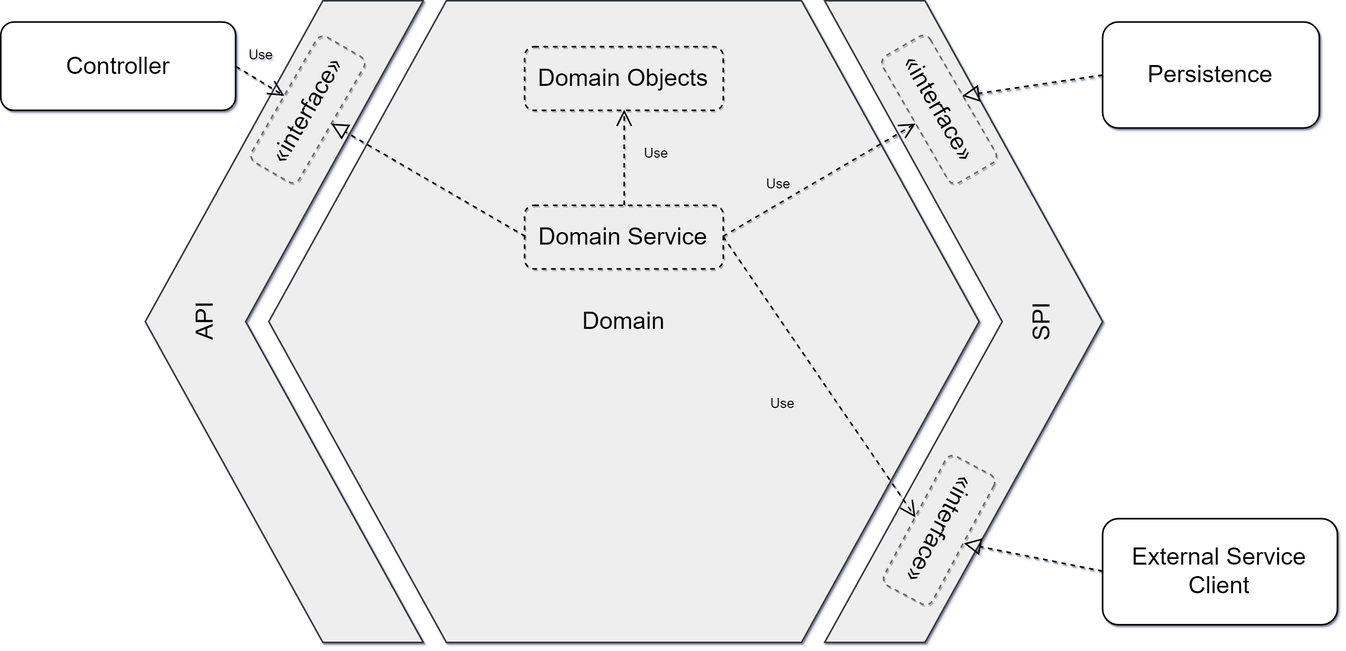
This is images/hexagonal-architecture.png from craftsrecords/talkadvisor-backend, a draw.io export, as it was before one commit. Source tidied: cells renumbered, new cells last; positions are measured from the earlier drawing's top-left corner, leaving out a move shared by most shapes.
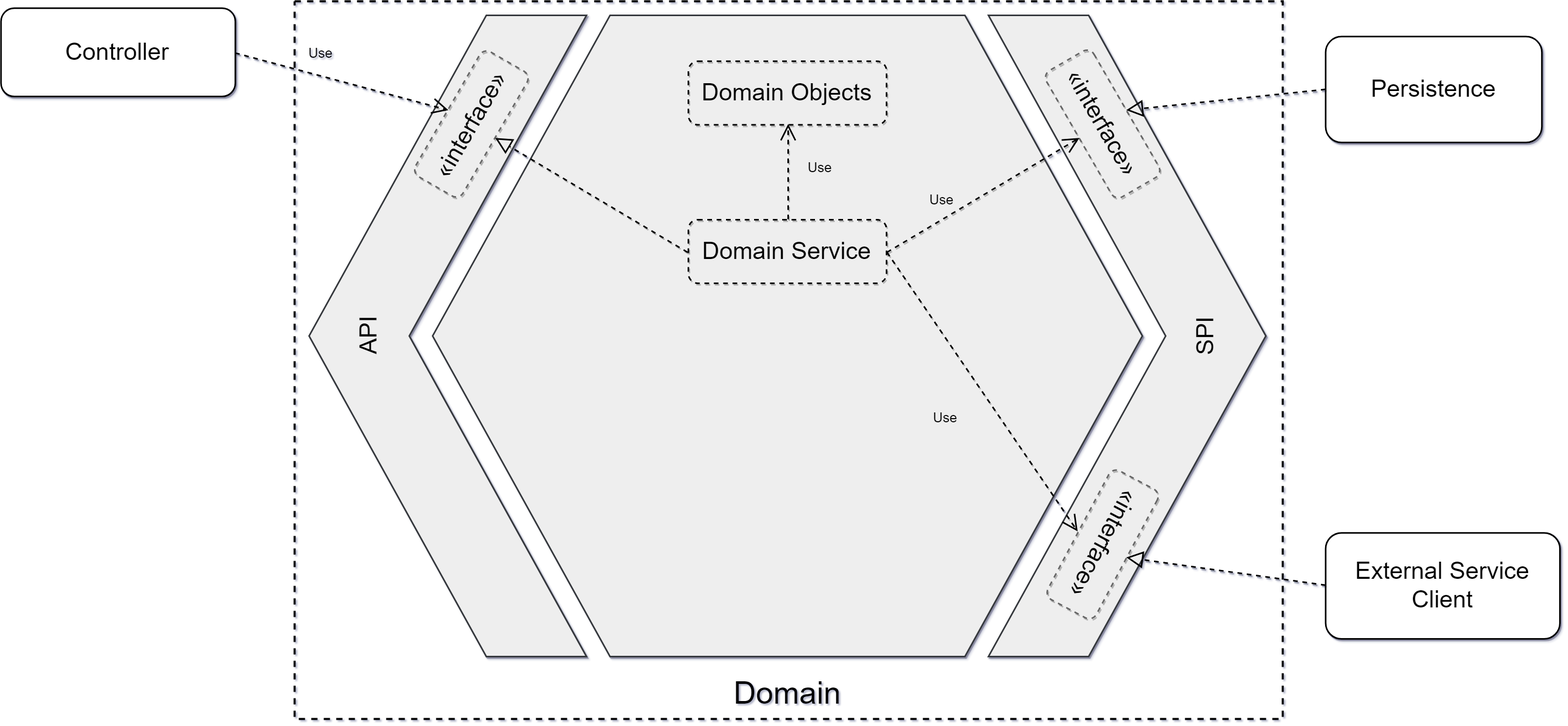
After the change.

The edit, as a diff of the source:
```diff
@@ -2,41 +2,41 @@
   <root>
     <mxCell id="0" />
     <mxCell id="1" parent="0" />
-    <mxCell id="2" style="group;strokeWidth=3;fontSize=46;comic=0;fontFamily=Helvetica;shadow=1;glass=0;rounded=1;" parent="1" vertex="1">
-      <mxGeometry width="2570" height="1233" as="geometry" />
+    <mxCell id="2" style="rounded=0;whiteSpace=wrap;html=1;fillColor=none;gradientColor=#ffffff;dashed=1;comic=0;fontFamily=Helvetica;strokeWidth=4;" parent="1" vertex="1">
+      <mxGeometry width="1900" height="1380" as="geometry" />
     </mxCell>
-    <mxCell id="3" style="group;fontFamily=Helvetica;comic=0;strokeWidth=3;fontSize=46;shadow=1;glass=0;rounded=1;" parent="2" vertex="1">
-      <mxGeometry x="277.8" width="1840.7" height="1233" as="geometry" />
+    <mxCell id="3" style="group;fontFamily=Helvetica;comic=0;strokeWidth=3;fontSize=46;shadow=1;glass=0;rounded=1;" parent="1" vertex="1">
+      <mxGeometry x="27.8" y="27" width="1839.7" height="1233" as="geometry" />
     </mxCell>
     <mxCell id="4" style="group;fontFamily=Helvetica;comic=0;strokeWidth=3;fontSize=46;shadow=1;glass=0;rounded=1;" parent="3" vertex="1">
-      <mxGeometry width="1840.7" height="1233" as="geometry" />
+      <mxGeometry width="1839.7" height="1233" as="geometry" />
     </mxCell>
     <mxCell id="5" style="shape=step;whiteSpace=wrap;html=1;size=0.6388888888888888;comic=0;fontFamily=Helvetica;fillColor=#eeeeee;strokeColor=#36393d;strokeWidth=3;fontSize=46;shadow=1;" parent="4" vertex="1">
-      <mxGeometry x="1306.3" width="534.4" height="1233" as="geometry" />
+      <mxGeometry x="1306.3" width="533.4" height="1233" as="geometry" />
     </mxCell>
     <mxCell id="6" style="shape=step;whiteSpace=wrap;html=1;size=0.6388888888888888;rotation=180;comic=0;fontFamily=Helvetica;fillColor=#eeeeee;strokeColor=#36393d;gradientDirection=north;strokeWidth=3;fontSize=46;shadow=1;" parent="4" vertex="1">
-      <mxGeometry width="534.4" height="1233" as="geometry" />
+      <mxGeometry width="533.4" height="1233" as="geometry" />
     </mxCell>
-    <mxCell id="7" value="&lt;font style=&quot;font-size: 46px;&quot;&gt;Domain&lt;/font&gt;" style="shape=hexagon;perimeter=hexagonPerimeter;whiteSpace=wrap;html=1;fillColor=#eeeeee;strokeColor=#36393d;fontFamily=Helvetica;comic=0;strokeWidth=3;fontSize=46;shadow=1;" parent="4" vertex="1">
-      <mxGeometry x="237.5" width="1365.7" height="1233" as="geometry" />
+    <mxCell id="7" style="shape=hexagon;perimeter=hexagonPerimeter;whiteSpace=wrap;html=1;fillColor=#eeeeee;strokeColor=#36393d;fontFamily=Helvetica;comic=0;strokeWidth=3;fontSize=46;shadow=1;" parent="4" vertex="1">
+      <mxGeometry x="237.5" width="1364.7" height="1233" as="geometry" />
     </mxCell>
     <mxCell id="8" value="&lt;font style=&quot;font-size: 46px&quot;&gt;API&lt;/font&gt;" style="text;html=1;strokeColor=none;fillColor=none;align=center;verticalAlign=middle;whiteSpace=wrap;rotation=-90;fontFamily=Helvetica;comic=0;strokeWidth=3;fontSize=46;shadow=1;" parent="4" vertex="1">
-      <mxGeometry x="-0.9" y="566" width="228.3" height="98.9" as="geometry" />
+      <mxGeometry x="-0.9" y="566" width="227.3" height="98.9" as="geometry" />
     </mxCell>
     <mxCell id="9" value="&lt;font style=&quot;font-size: 46px;&quot;&gt;SPI&lt;/font&gt;" style="text;html=1;align=center;verticalAlign=middle;spacingTop=-4;rotation=-90;fontSize=46;fontFamily=Helvetica;comic=0;strokeWidth=3;shadow=1;" parent="4" vertex="1">
       <mxGeometry x="1698.8" y="601.7" width="50" height="30" as="geometry" />
     </mxCell>
     <mxCell id="10" value="&lt;font style=&quot;font-size: 46px&quot;&gt;Domain Service&lt;/font&gt;" style="html=1;rounded=1;shadow=1;glass=0;comic=0;strokeColor=#000000;fillColor=none;gradientColor=none;fontFamily=Helvetica;fontSize=46;dashed=1;strokeWidth=3;" parent="4" vertex="1">
-      <mxGeometry x="729.3" y="392.9" width="382" height="122.3" as="geometry" />
+      <mxGeometry x="729.3" y="392.9" width="381" height="122.3" as="geometry" />
     </mxCell>
     <mxCell id="11" value="&lt;font style=&quot;font-size: 46px&quot;&gt;Domain Objects&lt;/font&gt;" style="html=1;rounded=1;shadow=1;glass=0;comic=0;strokeColor=#000000;fillColor=none;gradientColor=none;fontFamily=Helvetica;fontSize=46;dashed=1;strokeWidth=3;" parent="4" vertex="1">
-      <mxGeometry x="729.3" y="88.3" width="382" height="122.3" as="geometry" />
+      <mxGeometry x="729.3" y="88.3" width="381" height="122.3" as="geometry" />
     </mxCell>
     <mxCell id="12" value="&lt;font style=&quot;font-size: 26px;&quot;&gt;Use&lt;/font&gt;" style="endArrow=open;endSize=25;dashed=1;html=1;labelBackgroundColor=none;fontFamily=Helvetica;fontSize=26;entryX=0.5;entryY=1;exitX=0.5;exitY=0;comic=0;strokeWidth=3;shadow=1;" parent="4" edge="1" source="10" target="11">
       <mxGeometry x="0.1" y="-61" relative="1" as="geometry" />
     </mxCell>
     <mxCell id="13" value="&lt;font style=&quot;font-size: 46px;&quot;&gt;«interface»&lt;/font&gt;&lt;br style=&quot;font-size: 46px;&quot;&gt;" style="html=1;comic=0;rotation=118;fillColor=none;strokeColor=#666666;fontFamily=Helvetica;dashed=1;verticalAlign=middle;fontSize=46;strokeWidth=3;shadow=1;glass=0;rounded=1;" parent="4" vertex="1">
-      <mxGeometry x="1385.7" y="964.7" width="281.3" height="105.3" as="geometry" />
+      <mxGeometry x="1385.7" y="964.7" width="280.3" height="105.3" as="geometry" />
     </mxCell>
     <mxCell id="14" value="&lt;font style=&quot;font-size: 26px;&quot;&gt;Use&lt;/font&gt;" style="endArrow=open;endSize=25;dashed=1;html=1;fontFamily=Helvetica;fontSize=26;exitX=1;exitY=0.5;entryX=0.5;entryY=1;labelBackgroundColor=none;comic=0;exitDx=0;exitDy=0;entryDx=0;entryDy=0;strokeWidth=3;shadow=1;" parent="4" edge="1" source="10" target="13">
       <mxGeometry x="0.01" y="-87" relative="1" as="geometry">
@@ -44,10 +44,10 @@
       </mxGeometry>
     </mxCell>
     <mxCell id="15" value="&lt;font style=&quot;font-size: 46px&quot;&gt;«interface»&lt;/font&gt;&lt;br style=&quot;font-size: 46px;&quot;&gt;" style="html=1;comic=0;rotation=-60;fillColor=none;strokeColor=#666666;fontFamily=Helvetica;dashed=1;verticalAlign=middle;fontSize=46;strokeWidth=3;shadow=1;glass=0;rounded=1;" parent="3" vertex="1">
-      <mxGeometry x="173.6" y="156.2" width="277.8" height="105.3" as="geometry" />
+      <mxGeometry x="173.6" y="156.2" width="276.8" height="105.3" as="geometry" />
     </mxCell>
     <mxCell id="16" value="&lt;font style=&quot;font-size: 46px;&quot;&gt;«interface»&lt;/font&gt;&lt;br style=&quot;font-size: 46px;&quot;&gt;" style="html=1;comic=0;rotation=60;fillColor=none;strokeColor=#666666;fontFamily=Helvetica;dashed=1;verticalAlign=middle;fontSize=46;strokeWidth=3;shadow=1;glass=0;rounded=1;" parent="3" vertex="1">
-      <mxGeometry x="1385.7" y="156.2" width="281.3" height="105.3" as="geometry" />
+      <mxGeometry x="1385.7" y="156.2" width="280.3" height="105.3" as="geometry" />
     </mxCell>
     <mxCell id="17" style="endArrow=block;dashed=1;endFill=0;endSize=25;html=1;fontFamily=Helvetica;fontSize=46;entryX=0.5;entryY=1;exitX=0;exitY=0.5;comic=0;strokeWidth=3;shadow=1;" parent="3" edge="1" source="10" target="15">
       <mxGeometry relative="1" as="geometry" />
@@ -60,25 +60,28 @@
         <mxPoint x="-1" as="offset" />
       </mxGeometry>
     </mxCell>
-    <mxCell id="20" value="&lt;font style=&quot;font-size: 26px;&quot;&gt;Use&lt;/font&gt;" style="endArrow=open;endSize=25;dashed=1;html=1;fontFamily=Helvetica;fontSize=26;entryX=0.5;entryY=0;comic=0;exitX=1;exitY=0.5;strokeWidth=3;labelBackgroundColor=none;shadow=1;" parent="2" edge="1" source="21" target="15">
-      <mxGeometry x="-0.46" y="45" relative="1" as="geometry">
+    <mxCell id="20" value="&lt;font style=&quot;font-size: 26px;&quot;&gt;Use&lt;/font&gt;" style="endArrow=open;endSize=25;dashed=1;html=1;fontFamily=Helvetica;fontSize=26;entryX=0.5;entryY=0;comic=0;exitX=1;exitY=0.5;strokeWidth=3;labelBackgroundColor=none;shadow=1;" parent="1" edge="1" source="21" target="15">
+      <mxGeometry x="-0.25" y="43" relative="1" as="geometry">
         <mxPoint x="-1" as="offset" />
       </mxGeometry>
     </mxCell>
-    <mxCell id="21" value="&lt;font style=&quot;font-size: 46px&quot;&gt;Controller&lt;/font&gt;" style="rounded=1;whiteSpace=wrap;html=1;shadow=1;glass=0;comic=0;strokeColor=#000000;fillColor=#ffffff;fontFamily=Helvetica;fontSize=46;strokeWidth=3;" parent="2" vertex="1">
-      <mxGeometry y="40.8" width="451.5" height="169.8" as="geometry" />
+    <mxCell id="21" value="&lt;font style=&quot;font-size: 46px&quot;&gt;Controller&lt;/font&gt;" style="rounded=1;whiteSpace=wrap;html=1;shadow=1;glass=0;comic=0;strokeColor=#000000;fillColor=#ffffff;fontFamily=Helvetica;fontSize=46;strokeWidth=3;" parent="1" vertex="1">
+      <mxGeometry x="-564.5" y="13.3" width="450.5" height="169.8" as="geometry" />
     </mxCell>
-    <mxCell id="22" value="&lt;font style=&quot;font-size: 46px;&quot;&gt;Persistence&lt;/font&gt;" style="rounded=1;whiteSpace=wrap;html=1;shadow=1;glass=0;comic=0;strokeColor=#000000;fillColor=#ffffff;fontFamily=Helvetica;fontSize=46;align=center;strokeWidth=3;" parent="2" vertex="1">
-      <mxGeometry x="2118.5" y="40.8" width="416.8" height="203.8" as="geometry" />
+    <mxCell id="22" value="&lt;font style=&quot;font-size: 46px;&quot;&gt;Persistence&lt;/font&gt;" style="rounded=1;whiteSpace=wrap;html=1;shadow=1;glass=0;comic=0;strokeColor=#000000;fillColor=#ffffff;fontFamily=Helvetica;fontSize=46;align=center;strokeWidth=3;" parent="1" vertex="1">
+      <mxGeometry x="1982.5" y="67.8" width="415.8" height="203.8" as="geometry" />
     </mxCell>
-    <mxCell id="23" style="endArrow=block;dashed=1;endFill=0;endSize=25;html=1;labelBackgroundColor=none;fontFamily=Helvetica;fontSize=46;exitX=0;exitY=0.5;entryX=0.5;entryY=0;comic=0;strokeWidth=3;shadow=1;" parent="2" edge="1" source="22" target="16">
+    <mxCell id="23" style="endArrow=block;dashed=1;endFill=0;endSize=25;html=1;labelBackgroundColor=none;fontFamily=Helvetica;fontSize=46;exitX=0;exitY=0.5;entryX=0.5;entryY=0;comic=0;strokeWidth=3;shadow=1;" parent="1" edge="1" source="22" target="16">
       <mxGeometry relative="1" as="geometry" />
     </mxCell>
-    <mxCell id="24" value="&lt;font style=&quot;font-size: 46px;&quot;&gt;External Service&lt;br style=&quot;font-size: 46px;&quot;&gt;Client&lt;br style=&quot;font-size: 46px;&quot;&gt;&lt;/font&gt;" style="rounded=1;whiteSpace=wrap;html=1;shadow=1;glass=0;comic=0;strokeColor=#000000;fillColor=#ffffff;fontFamily=Helvetica;fontSize=46;align=center;strokeWidth=3;" parent="2" vertex="1">
-      <mxGeometry x="2118.5" y="995.2" width="451.5" height="203.8" as="geometry" />
+    <mxCell id="24" value="&lt;font style=&quot;font-size: 46px;&quot;&gt;External Service&lt;br style=&quot;font-size: 46px;&quot;&gt;Client&lt;br style=&quot;font-size: 46px;&quot;&gt;&lt;/font&gt;" style="rounded=1;whiteSpace=wrap;html=1;shadow=1;glass=0;comic=0;strokeColor=#000000;fillColor=#ffffff;fontFamily=Helvetica;fontSize=46;align=center;strokeWidth=3;" parent="1" vertex="1">
+      <mxGeometry x="1982.5" y="1022.2" width="450.5" height="203.8" as="geometry" />
     </mxCell>
-    <mxCell id="25" style="endArrow=block;dashed=1;endFill=0;endSize=25;html=1;labelBackgroundColor=none;fontFamily=Helvetica;fontSize=46;exitX=0;exitY=0.5;entryX=0.5;entryY=0;comic=0;entryDx=0;entryDy=0;exitDx=0;exitDy=0;strokeWidth=3;shadow=1;" parent="2" edge="1" source="24" target="13">
+    <mxCell id="25" style="endArrow=block;dashed=1;endFill=0;endSize=25;html=1;labelBackgroundColor=none;fontFamily=Helvetica;fontSize=46;exitX=0;exitY=0.5;entryX=0.5;entryY=0;comic=0;entryDx=0;entryDy=0;exitDx=0;exitDy=0;strokeWidth=3;shadow=1;" parent="1" edge="1" source="24" target="13">
       <mxGeometry relative="1" as="geometry" />
     </mxCell>
+    <mxCell id="26" value="&lt;font style=&quot;font-size: 60px&quot;&gt;Domain&lt;/font&gt;" style="text;html=1;strokeColor=none;fillColor=none;align=center;verticalAlign=middle;whiteSpace=wrap;rounded=0;dashed=1;" parent="1" vertex="1">
+      <mxGeometry x="857.5" y="1319.5" width="180" height="20" as="geometry" />
+    </mxCell>
   </root>
 </mxGraphModel>
```
